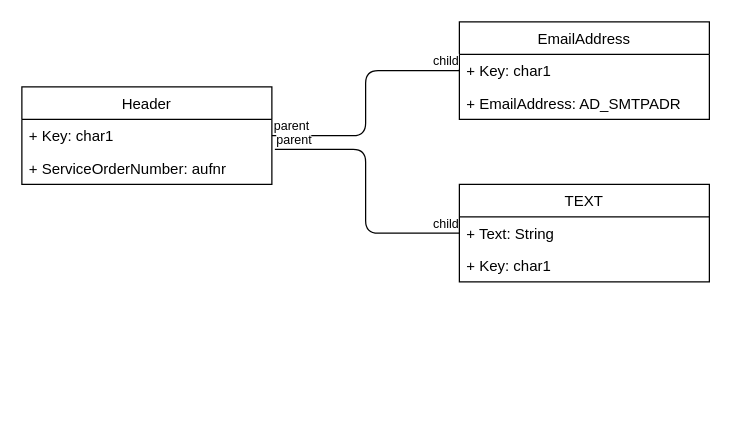
The draw.io diagram Untitled Diagram.drawio in AUGUSTDzw/UML, before the edit. Source tidied: cells renumbered, new cells numbered last; positions are measured from the earlier drawing's top-left corner, leaving out a move shared by most shapes. Both pictures are drawn from the tidied source at 125%, with x=0, y=0 at pixel (21, 21).
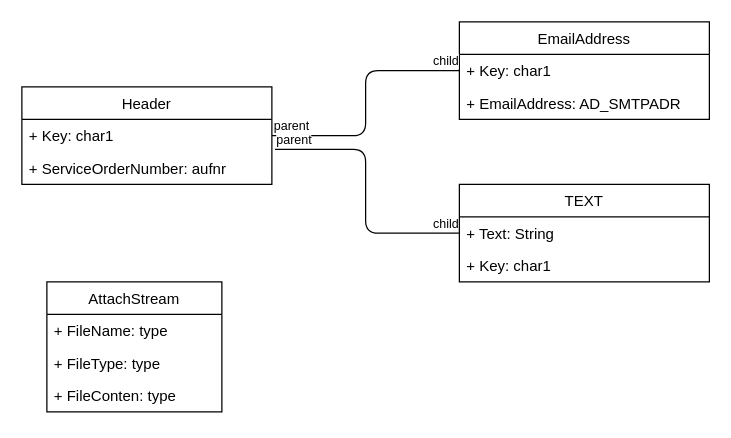
Above is the later version.

Change to the diagram source:
```diff
@@
+    <mxCell id="17" value="AttachStream" style="swimlane;fontStyle=0;horizontal=1;startSize=26;fillColor=none;" parent="1" vertex="1">
+      <mxGeometry x="20" y="208" width="140" height="104" as="geometry" />
+    </mxCell>
+    <mxCell id="18" value="+ FileName: type" style="text;strokeColor=none;fillColor=none;align=left;verticalAlign=top;spacingLeft=4;spacingRight=4;overflow=hidden;" parent="17" vertex="1">
+      <mxGeometry y="26" width="140" height="26" as="geometry" />
+    </mxCell>
+    <mxCell id="19" value="+ FileType: type" style="text;strokeColor=none;fillColor=none;align=left;verticalAlign=top;spacingLeft=4;spacingRight=4;overflow=hidden;" parent="17" vertex="1">
+      <mxGeometry y="52" width="140" height="26" as="geometry" />
+    </mxCell>
+    <mxCell id="20" value="+ FileConten: type" style="text;strokeColor=none;fillColor=none;align=left;verticalAlign=top;spacingLeft=4;spacingRight=4;overflow=hidden;" parent="17" vertex="1">
+      <mxGeometry y="78" width="140" height="26" as="geometry" />
+    </mxCell>
```
